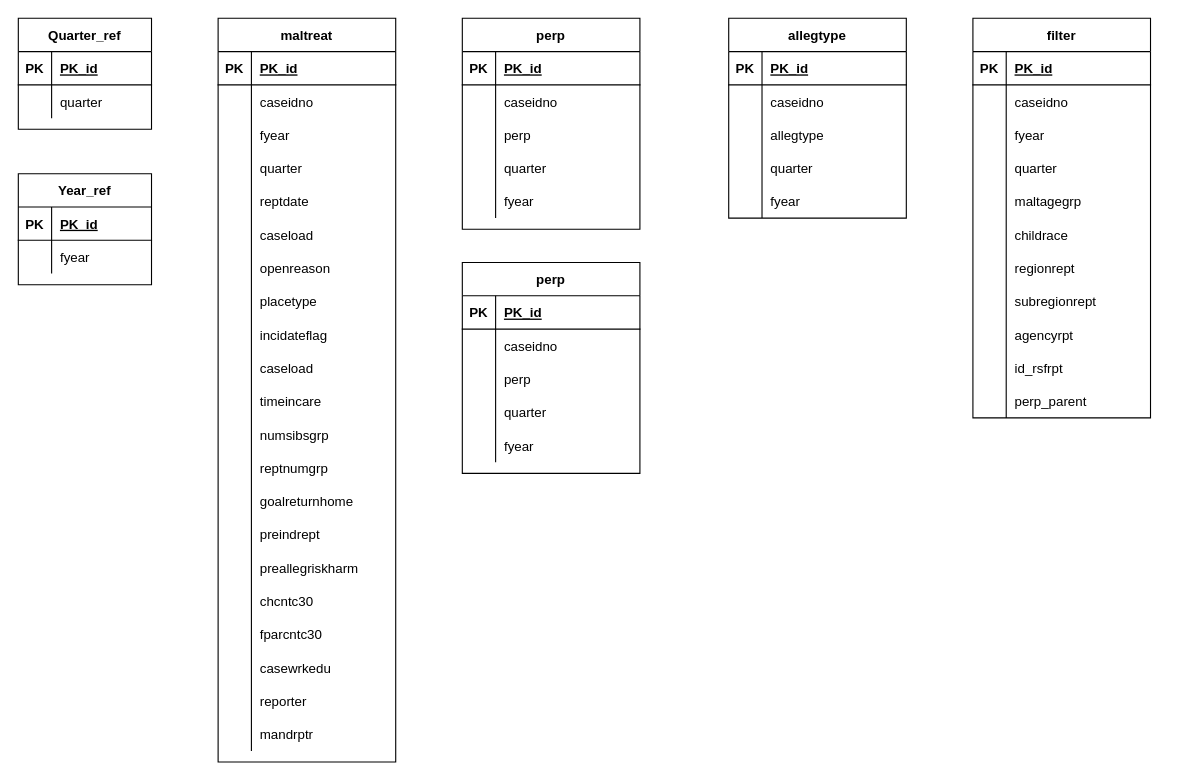
This is maltreatment_in_care.drawio from satomiwakita/cloud_repository1, a draw.io file, before an edit. Source tidied: cells renumbered, new cells numbered last; positions are measured from the earlier drawing's top-left corner, leaving out a move shared by most shapes. Both pictures are drawn from the tidied source at 111%, with x=0, y=0 at pixel (18, 18).
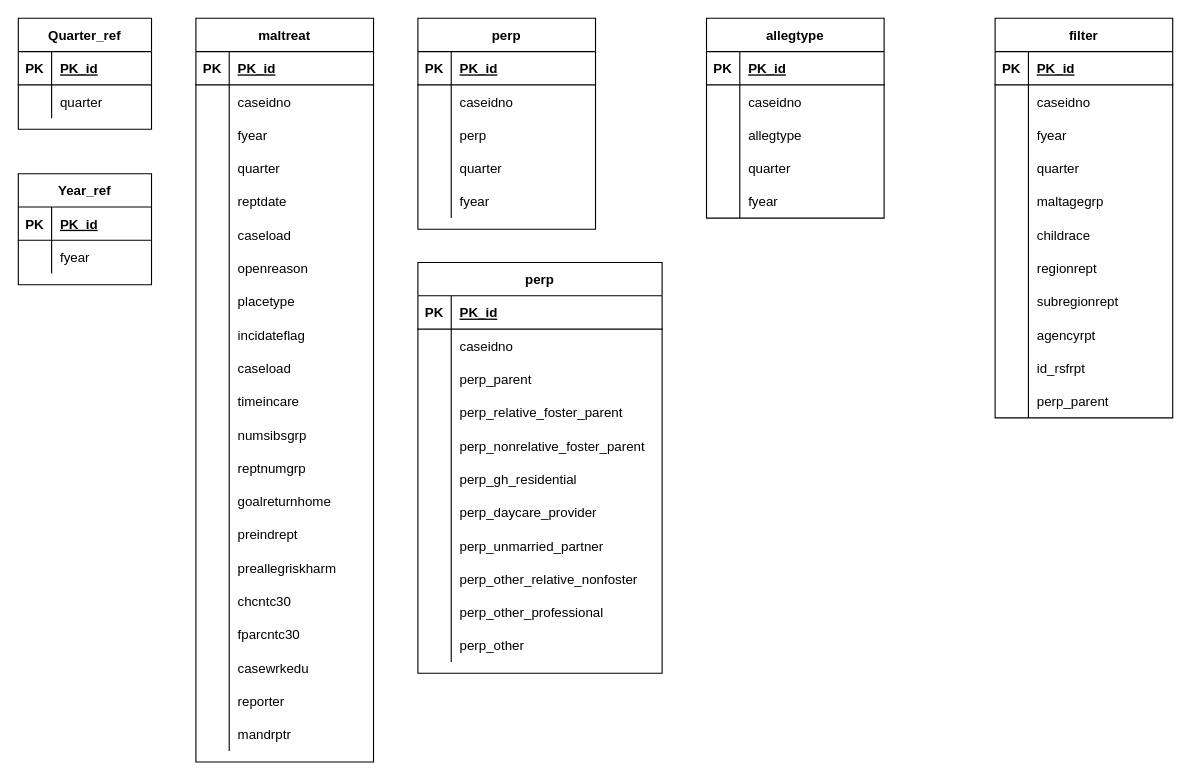
The same page after the edit.

Change to the diagram source:
```diff
@@
     <mxCell id="2" value="allegtype" style="shape=table;startSize=30;childLayout=tableLayout;rowLines=0;fontStyle=1;align=center;" parent="1" vertex="1">
-      <mxGeometry x="640" width="160" height="180" as="geometry" />
+      <mxGeometry x="620" width="160" height="180" as="geometry" />
     </mxCell>
@@
     <mxCell id="25" value="maltreat" style="shape=table;startSize=30;childLayout=tableLayout;rowLines=0;fontStyle=1;align=center;" parent="1" vertex="1">
-      <mxGeometry x="180" width="160" height="670" as="geometry" />
+      <mxGeometry x="160" width="160" height="670" as="geometry" />
     </mxCell>
@@
     <mxCell id="96" value="perp" style="shape=table;startSize=30;childLayout=tableLayout;rowLines=0;fontStyle=1;align=center;" parent="1" vertex="1">
-      <mxGeometry x="400" width="160" height="190" as="geometry" />
+      <mxGeometry x="360" width="160" height="190" as="geometry" />
     </mxCell>
@@
     <mxCell id="112" value="filter" style="shape=table;startSize=30;childLayout=tableLayout;rowLines=0;fontStyle=1;align=center;" parent="1" vertex="1">
-      <mxGeometry x="860" width="160" height="360" as="geometry" />
+      <mxGeometry x="880" width="160" height="360" as="geometry" />
     </mxCell>
@@
     <mxCell id="146" value="perp" style="shape=table;startSize=30;childLayout=tableLayout;rowLines=0;fontStyle=1;align=center;" parent="1" vertex="1">
-      <mxGeometry x="400" y="220" width="160" height="190" as="geometry" />
+      <mxGeometry x="360" y="220" width="220" height="370" as="geometry" />
     </mxCell>
     <mxCell id="147" style="shape=partialRectangle;fillColor=none;top=0;left=0;right=0;bottom=1;" parent="146" vertex="1">
-      <mxGeometry y="30" width="160" height="30" as="geometry" />
+      <mxGeometry y="30" width="220" height="30" as="geometry" />
     </mxCell>
@@
     <mxCell id="149" value="PK_id" style="shape=partialRectangle;overflow=hidden;fillColor=none;top=0;left=0;bottom=0;right=0;align=left;spacingLeft=6;fontStyle=5;" parent="147" vertex="1">
-      <mxGeometry x="30" width="130" height="30" as="geometry" />
+      <mxGeometry x="30" width="190" height="30" as="geometry" />
     </mxCell>
     <mxCell id="150" style="shape=partialRectangle;fillColor=none;top=0;left=0;right=0;bottom=0;" parent="146" vertex="1">
-      <mxGeometry y="60" width="160" height="30" as="geometry" />
+      <mxGeometry y="60" width="220" height="30" as="geometry" />
     </mxCell>
@@
     <mxCell id="152" value="caseidno" style="shape=partialRectangle;overflow=hidden;fillColor=none;top=0;left=0;bottom=0;right=0;align=left;spacingLeft=6;" parent="150" vertex="1">
-      <mxGeometry x="30" width="130" height="30" as="geometry" />
+      <mxGeometry x="30" width="190" height="30" as="geometry" />
     </mxCell>
     <mxCell id="153" style="shape=partialRectangle;fillColor=none;top=0;left=0;right=0;bottom=0;" parent="146" vertex="1">
-      <mxGeometry y="90" width="160" height="30" as="geometry" />
+      <mxGeometry y="90" width="220" height="30" as="geometry" />
     </mxCell>
@@
-    <mxCell id="155" value="perp" style="shape=partialRectangle;overflow=hidden;fillColor=none;top=0;left=0;bottom=0;right=0;align=left;spacingLeft=6;" parent="153" vertex="1">
-      <mxGeometry x="30" width="130" height="30" as="geometry" />
+    <mxCell id="155" value="perp_parent" style="shape=partialRectangle;overflow=hidden;fillColor=none;top=0;left=0;bottom=0;right=0;align=left;spacingLeft=6;" parent="153" vertex="1">
+      <mxGeometry x="30" width="190" height="30" as="geometry" />
     </mxCell>
     <mxCell id="156" style="shape=partialRectangle;fillColor=none;top=0;left=0;right=0;bottom=0;" parent="146" vertex="1">
-      <mxGeometry y="120" width="160" height="30" as="geometry" />
+      <mxGeometry y="120" width="220" height="30" as="geometry" />
     </mxCell>
@@
-    <mxCell id="158" value="quarter" style="shape=partialRectangle;overflow=hidden;fillColor=none;top=0;left=0;bottom=0;right=0;align=left;spacingLeft=6;" parent="156" vertex="1">
-      <mxGeometry x="30" width="130" height="30" as="geometry" />
+    <mxCell id="158" value="perp_relative_foster_parent" style="shape=partialRectangle;overflow=hidden;fillColor=none;top=0;left=0;bottom=0;right=0;align=left;spacingLeft=6;" parent="156" vertex="1">
+      <mxGeometry x="30" width="190" height="30" as="geometry" />
     </mxCell>
     <mxCell id="159" style="shape=partialRectangle;fillColor=none;top=0;left=0;right=0;bottom=0;" parent="146" vertex="1">
-      <mxGeometry y="150" width="160" height="30" as="geometry" />
+      <mxGeometry y="150" width="220" height="30" as="geometry" />
     </mxCell>
@@
-    <mxCell id="161" value="fyear" style="shape=partialRectangle;overflow=hidden;fillColor=none;top=0;left=0;bottom=0;right=0;align=left;spacingLeft=6;" parent="159" vertex="1">
-      <mxGeometry x="30" width="130" height="30" as="geometry" />
+    <mxCell id="161" value="perp_nonrelative_foster_parent" style="shape=partialRectangle;overflow=hidden;fillColor=none;top=0;left=0;bottom=0;right=0;align=left;spacingLeft=6;" parent="159" vertex="1">
+      <mxGeometry x="30" width="190" height="30" as="geometry" />
     </mxCell>
+    <mxCell id="162" style="shape=partialRectangle;fillColor=none;top=0;left=0;right=0;bottom=0;" parent="146" vertex="1">
+      <mxGeometry y="180" width="220" height="30" as="geometry" />
+    </mxCell>
+    <mxCell id="163" style="shape=partialRectangle;overflow=hidden;fillColor=none;top=0;left=0;bottom=0;right=0;" parent="162" vertex="1">
+      <mxGeometry width="30" height="30" as="geometry" />
+    </mxCell>
+    <mxCell id="164" value="perp_gh_residential" style="shape=partialRectangle;overflow=hidden;fillColor=none;top=0;left=0;bottom=0;right=0;align=left;spacingLeft=6;" parent="162" vertex="1">
+      <mxGeometry x="30" width="190" height="30" as="geometry" />
+    </mxCell>
+    <mxCell id="165" style="shape=partialRectangle;fillColor=none;top=0;left=0;right=0;bottom=0;" parent="146" vertex="1">
+      <mxGeometry y="210" width="220" height="30" as="geometry" />
+    </mxCell>
+    <mxCell id="166" style="shape=partialRectangle;overflow=hidden;fillColor=none;top=0;left=0;bottom=0;right=0;" parent="165" vertex="1">
+      <mxGeometry width="30" height="30" as="geometry" />
+    </mxCell>
+    <mxCell id="167" value="perp_daycare_provider" style="shape=partialRectangle;overflow=hidden;fillColor=none;top=0;left=0;bottom=0;right=0;align=left;spacingLeft=6;" parent="165" vertex="1">
+      <mxGeometry x="30" width="190" height="30" as="geometry" />
+    </mxCell>
+    <mxCell id="168" style="shape=partialRectangle;fillColor=none;top=0;left=0;right=0;bottom=0;" parent="146" vertex="1">
+      <mxGeometry y="240" width="220" height="30" as="geometry" />
+    </mxCell>
+    <mxCell id="169" style="shape=partialRectangle;overflow=hidden;fillColor=none;top=0;left=0;bottom=0;right=0;" parent="168" vertex="1">
+      <mxGeometry width="30" height="30" as="geometry" />
+    </mxCell>
+    <mxCell id="170" value="perp_unmarried_partner" style="shape=partialRectangle;overflow=hidden;fillColor=none;top=0;left=0;bottom=0;right=0;align=left;spacingLeft=6;" parent="168" vertex="1">
+      <mxGeometry x="30" width="190" height="30" as="geometry" />
+    </mxCell>
+    <mxCell id="171" style="shape=partialRectangle;fillColor=none;top=0;left=0;right=0;bottom=0;" parent="146" vertex="1">
+      <mxGeometry y="270" width="220" height="30" as="geometry" />
+    </mxCell>
+    <mxCell id="172" style="shape=partialRectangle;overflow=hidden;fillColor=none;top=0;left=0;bottom=0;right=0;" parent="171" vertex="1">
+      <mxGeometry width="30" height="30" as="geometry" />
+    </mxCell>
+    <mxCell id="173" value="perp_other_relative_nonfoster" style="shape=partialRectangle;overflow=hidden;fillColor=none;top=0;left=0;bottom=0;right=0;align=left;spacingLeft=6;" parent="171" vertex="1">
+      <mxGeometry x="30" width="190" height="30" as="geometry" />
+    </mxCell>
+    <mxCell id="174" style="shape=partialRectangle;fillColor=none;top=0;left=0;right=0;bottom=0;" parent="146" vertex="1">
+      <mxGeometry y="300" width="220" height="30" as="geometry" />
+    </mxCell>
+    <mxCell id="175" style="shape=partialRectangle;overflow=hidden;fillColor=none;top=0;left=0;bottom=0;right=0;" parent="174" vertex="1">
+      <mxGeometry width="30" height="30" as="geometry" />
+    </mxCell>
+    <mxCell id="176" value="perp_other_professional" style="shape=partialRectangle;overflow=hidden;fillColor=none;top=0;left=0;bottom=0;right=0;align=left;spacingLeft=6;" parent="174" vertex="1">
+      <mxGeometry x="30" width="190" height="30" as="geometry" />
+    </mxCell>
+    <mxCell id="177" style="shape=partialRectangle;fillColor=none;top=0;left=0;right=0;bottom=0;" parent="146" vertex="1">
+      <mxGeometry y="330" width="220" height="30" as="geometry" />
+    </mxCell>
+    <mxCell id="178" style="shape=partialRectangle;overflow=hidden;fillColor=none;top=0;left=0;bottom=0;right=0;" parent="177" vertex="1">
+      <mxGeometry width="30" height="30" as="geometry" />
+    </mxCell>
+    <mxCell id="179" value="perp_other" style="shape=partialRectangle;overflow=hidden;fillColor=none;top=0;left=0;bottom=0;right=0;align=left;spacingLeft=6;" parent="177" vertex="1">
+      <mxGeometry x="30" width="190" height="30" as="geometry" />
+    </mxCell>
```
